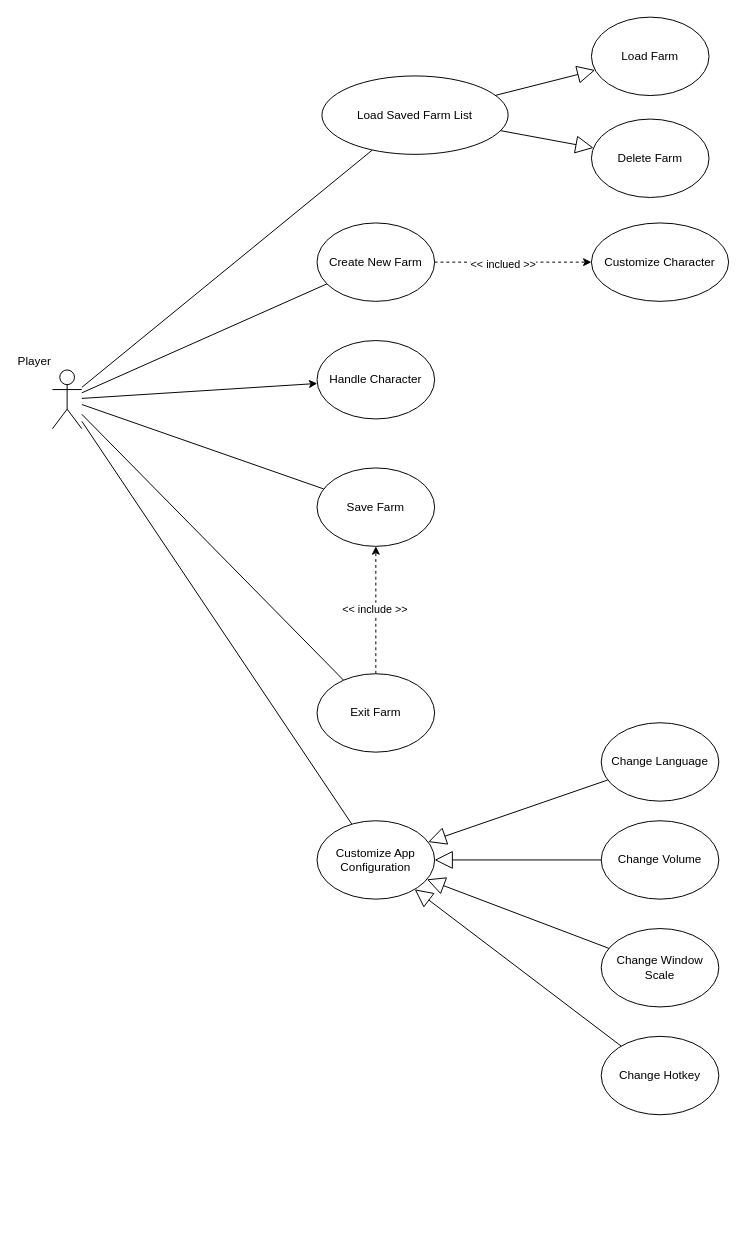
linhh563/sunny-fields keeps this draw.io diagram as page "Player_Use_cases" (1 of 4) of Document/Diagrams/sunny_field_use_cases.drawio. Above is the earlier version. Source tidied: cells renumbered, new cells numbered last; positions are measured from the earlier drawing's top-left corner, leaving out a move shared by most shapes. Both pictures are drawn from the tidied source at 98%, with x=0, y=0 at pixel (52, 17).
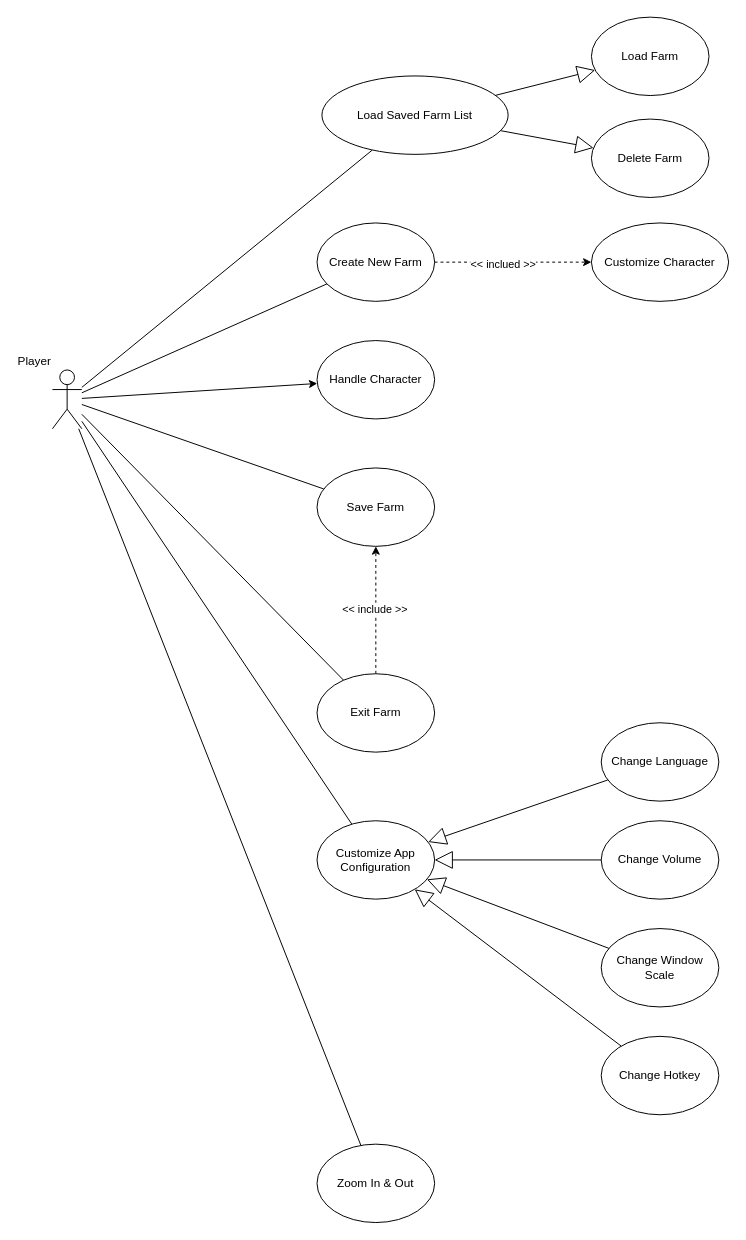
The same page after the edit.

The change refers to these unchanged cells:
```xml
<mxCell id="8" value="Player" style="shape=umlActor;verticalLabelPosition=top;verticalAlign=bottom;html=1;outlineConnect=0;labelPosition=left;align=right;" parent="1" vertex="1">
  <mxGeometry y="360" width="30" height="60" as="geometry" />
</mxCell>
```

What changed in the source:
```diff
@@
+    <mxCell id="32" style="rounded=0;jettySize=auto;html=1;endArrow=none;endFill=0;" parent="1" edge="1" source="8" target="33">
+      <mxGeometry relative="1" as="geometry" />
+    </mxCell>
@@
+    <mxCell id="33" value="Zoom In &amp;amp; Out" style="ellipse;whiteSpace=wrap;html=1;" parent="1" vertex="1">
+      <mxGeometry x="270" y="1150" width="120" height="80" as="geometry" />
+    </mxCell>
```
